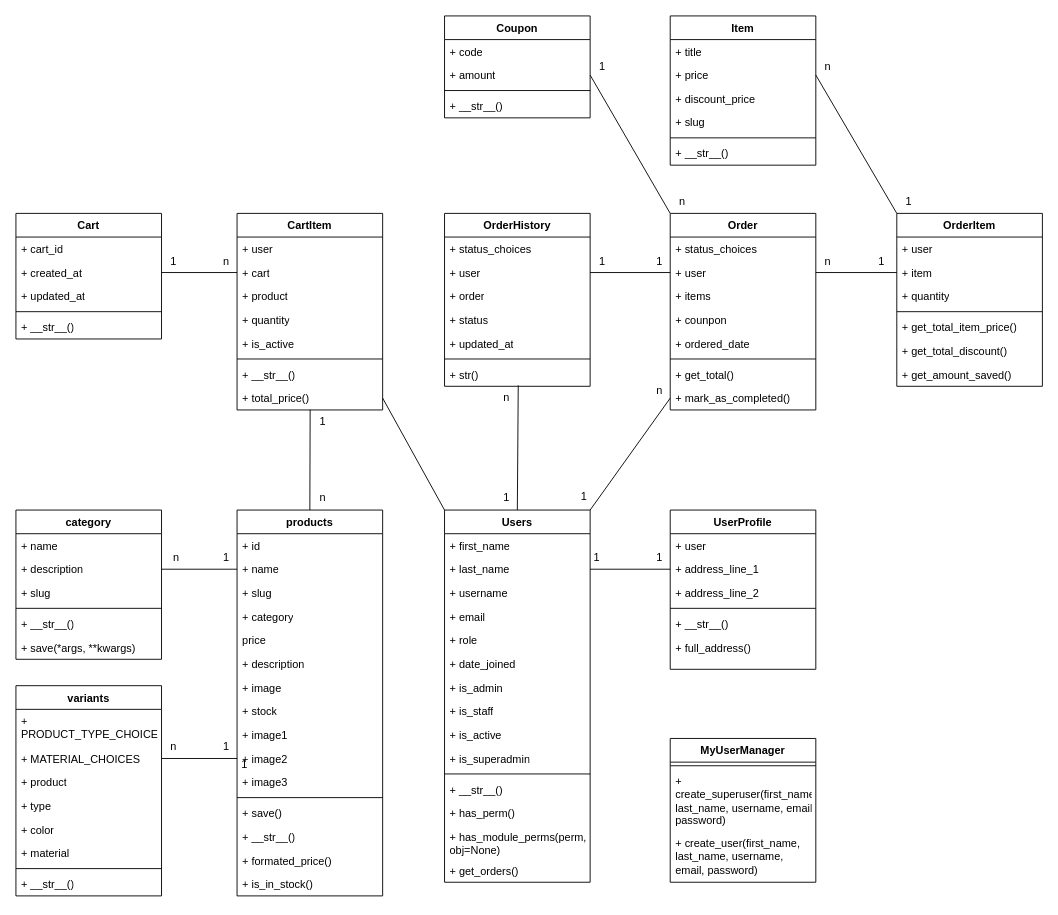
This is page "Page-2" (2 of 2) of zzz.drawio from ippapi/new_code, a draw.io file, before an edit. Source tidied: cells renumbered, new cells numbered last; positions are measured from the earlier drawing's top-left corner, leaving out a move shared by most shapes. Both pictures are drawn from the tidied source at 91%, with x=0, y=0 at pixel (15, 15).
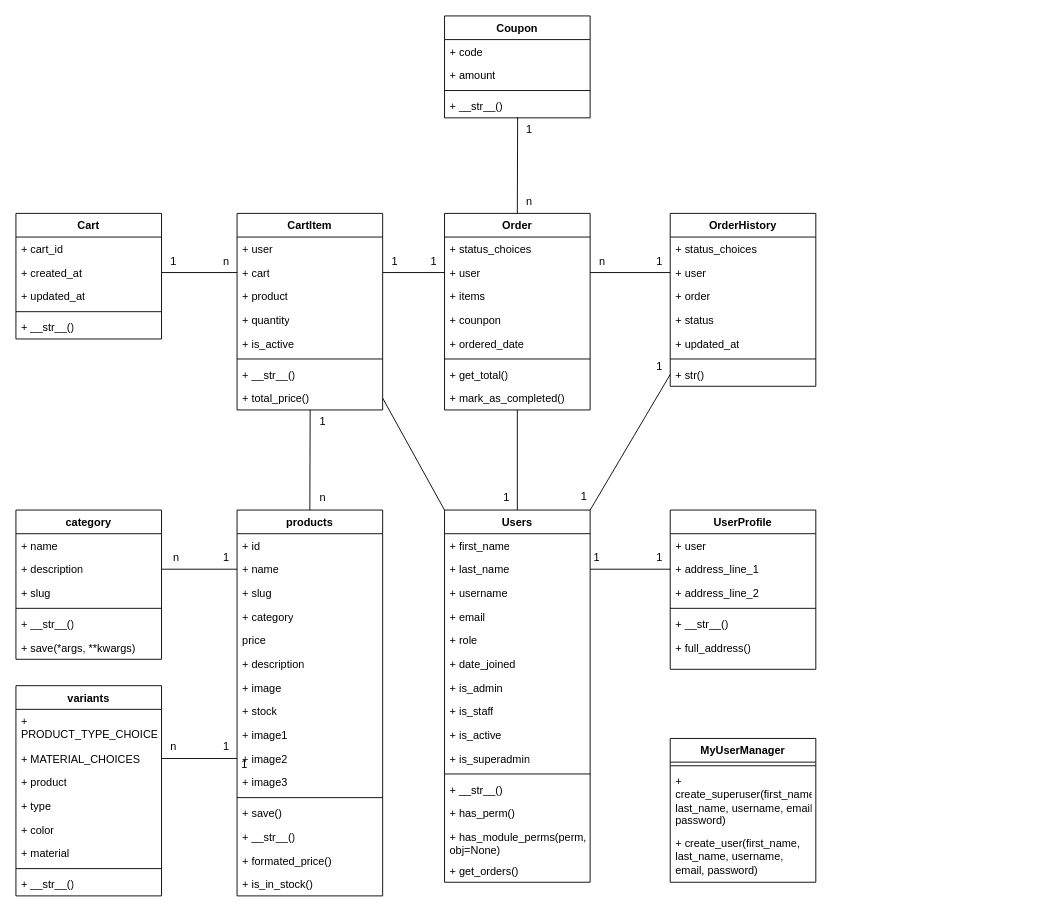
Above is the later version.

Unchanged cells that the change refers to:
```xml
<mxCell id="10" value="+ user" style="text;strokeColor=none;fillColor=none;align=left;verticalAlign=top;spacingLeft=4;spacingRight=4;overflow=hidden;points=[[0,0.5],[1,0.5]];portConstraint=eastwest;whiteSpace=wrap;html=1;" parent="8" vertex="1">
  <mxGeometry y="52" width="160" height="26" as="geometry" />
</mxCell>
<mxCell id="16" value="+ mark_as_completed()" style="text;strokeColor=none;fillColor=none;align=left;verticalAlign=top;spacingLeft=4;spacingRight=4;overflow=hidden;points=[[0,0.5],[1,0.5]];portConstraint=eastwest;whiteSpace=wrap;html=1;" parent="8" vertex="1">
  <mxGeometry y="190" width="160" height="26" as="geometry" />
</mxCell>
<mxCell id="17" value="Users" style="swimlane;fontStyle=1;align=center;verticalAlign=top;horizontal=1;startSize=26;whiteSpace=wrap;html=1;" parent="1" vertex="1">
  <mxGeometry x="471" y="543" width="160" height="409" as="geometry" />
</mxCell>
<mxCell id="104" value="+ user" style="text;strokeColor=none;fillColor=none;align=left;verticalAlign=top;spacingLeft=4;spacingRight=4;overflow=hidden;points=[[0,0.5],[1,0.5]];portConstraint=eastwest;whiteSpace=wrap;html=1;" parent="102" vertex="1">
  <mxGeometry y="52" width="160" height="26" as="geometry" />
</mxCell>
<mxCell id="109" value="+ str()" style="text;strokeColor=none;fillColor=none;align=left;verticalAlign=top;spacingLeft=4;spacingRight=4;overflow=hidden;points=[[0,0.5],[1,0.5]];portConstraint=eastwest;whiteSpace=wrap;html=1;" parent="102" vertex="1">
  <mxGeometry y="164" width="160" height="26" as="geometry" />
</mxCell>
<mxCell id="112" value="+ amount" style="text;strokeColor=none;fillColor=none;align=left;verticalAlign=top;spacingLeft=4;spacingRight=4;overflow=hidden;points=[[0,0.5],[1,0.5]];portConstraint=eastwest;whiteSpace=wrap;html=1;" parent="110" vertex="1">
  <mxGeometry y="52" width="160" height="26" as="geometry" />
</mxCell>
<mxCell id="114" value="+ __str__()" style="text;strokeColor=none;fillColor=none;align=left;verticalAlign=top;spacingLeft=4;spacingRight=4;overflow=hidden;points=[[0,0.5],[1,0.5]];portConstraint=eastwest;whiteSpace=wrap;html=1;" parent="110" vertex="1">
  <mxGeometry y="86" width="160" height="26" as="geometry" />
</mxCell>
<mxCell id="135" value="+ cart" style="text;strokeColor=none;fillColor=none;align=left;verticalAlign=top;spacingLeft=4;spacingRight=4;overflow=hidden;points=[[0,0.5],[1,0.5]];portConstraint=eastwest;whiteSpace=wrap;html=1;" parent="133" vertex="1">
  <mxGeometry y="52" width="160" height="26" as="geometry" />
</mxCell>
```

Diff of the diagram source:
```diff
@@
     <mxCell id="8" value="Order" style="swimlane;fontStyle=1;align=center;verticalAlign=top;horizontal=1;startSize=26;whiteSpace=wrap;html=1;" parent="1" vertex="1">
-      <mxGeometry x="719" y="217" width="160" height="216" as="geometry" />
+      <mxGeometry x="471" y="217" width="160" height="216" as="geometry" />
     </mxCell>
@@
-    <mxCell id="87" value="Item" style="swimlane;fontStyle=1;align=center;verticalAlign=top;horizontal=1;startSize=26;whiteSpace=wrap;html=1;" parent="1" vertex="1">
-      <mxGeometry x="719" width="160" height="164" as="geometry" />
-    </mxCell>
-    <mxCell id="88" value="+ title" style="text;strokeColor=none;fillColor=none;align=left;verticalAlign=top;spacingLeft=4;spacingRight=4;overflow=hidden;whiteSpace=wrap;html=1;" parent="87" vertex="1">
-      <mxGeometry y="26" width="160" height="26" as="geometry" />
-    </mxCell>
-    <mxCell id="89" value="+ price" style="text;strokeColor=none;fillColor=none;align=left;verticalAlign=top;spacingLeft=4;spacingRight=4;overflow=hidden;points=[[0,0.5],[1,0.5]];portConstraint=eastwest;whiteSpace=wrap;html=1;" parent="87" vertex="1">
-      <mxGeometry y="52" width="160" height="26" as="geometry" />
-    </mxCell>
-    <mxCell id="90" value="+ discount_price" style="text;strokeColor=none;fillColor=none;align=left;verticalAlign=top;spacingLeft=4;spacingRight=4;overflow=hidden;whiteSpace=wrap;html=1;" parent="87" vertex="1">
-      <mxGeometry y="78" width="160" height="26" as="geometry" />
-    </mxCell>
-    <mxCell id="91" value="+ slug" style="text;strokeColor=none;fillColor=none;align=left;verticalAlign=top;spacingLeft=4;spacingRight=4;overflow=hidden;whiteSpace=wrap;html=1;" parent="87" vertex="1">
-      <mxGeometry y="104" width="160" height="26" as="geometry" />
-    </mxCell>
-    <mxCell id="92" style="line;strokeWidth=1;fillColor=none;align=left;verticalAlign=middle;spacingTop=-1;spacingLeft=3;spacingRight=3;labelPosition=right;strokeColor=inherit;" parent="87" vertex="1">
-      <mxGeometry y="130" width="160" height="8" as="geometry" />
-    </mxCell>
-    <mxCell id="93" value="+ __str__()" style="text;strokeColor=none;fillColor=none;align=left;verticalAlign=top;spacingLeft=4;spacingRight=4;overflow=hidden;whiteSpace=wrap;html=1;" parent="87" vertex="1">
-      <mxGeometry y="138" width="160" height="26" as="geometry" />
-    </mxCell>
-    <mxCell id="94" value="OrderItem" style="swimlane;fontStyle=1;align=center;verticalAlign=top;horizontal=1;startSize=26;whiteSpace=wrap;html=1;" parent="1" vertex="1">
-      <mxGeometry x="968" y="217" width="160" height="190" as="geometry" />
-    </mxCell>
-    <mxCell id="95" value="+ user" style="text;strokeColor=none;fillColor=none;align=left;verticalAlign=top;spacingLeft=4;spacingRight=4;overflow=hidden;whiteSpace=wrap;html=1;" parent="94" vertex="1">
-      <mxGeometry y="26" width="160" height="26" as="geometry" />
-    </mxCell>
-    <mxCell id="96" value="+ item" style="text;strokeColor=none;fillColor=none;align=left;verticalAlign=top;spacingLeft=4;spacingRight=4;overflow=hidden;points=[[0,0.5],[1,0.5]];portConstraint=eastwest;whiteSpace=wrap;html=1;" parent="94" vertex="1">
-      <mxGeometry y="52" width="160" height="26" as="geometry" />
-    </mxCell>
-    <mxCell id="97" value="+ quantity" style="text;strokeColor=none;fillColor=none;align=left;verticalAlign=top;spacingLeft=4;spacingRight=4;overflow=hidden;whiteSpace=wrap;html=1;" parent="94" vertex="1">
-      <mxGeometry y="78" width="160" height="26" as="geometry" />
-    </mxCell>
-    <mxCell id="98" style="line;strokeWidth=1;fillColor=none;align=left;verticalAlign=middle;spacingTop=-1;spacingLeft=3;spacingRight=3;labelPosition=right;strokeColor=inherit;" parent="94" vertex="1">
-      <mxGeometry y="104" width="160" height="8" as="geometry" />
-    </mxCell>
-    <mxCell id="99" value="+ get_total_item_price()" style="text;strokeColor=none;fillColor=none;align=left;verticalAlign=top;spacingLeft=4;spacingRight=4;overflow=hidden;whiteSpace=wrap;html=1;" parent="94" vertex="1">
-      <mxGeometry y="112" width="160" height="26" as="geometry" />
-    </mxCell>
-    <mxCell id="100" value="+&amp;nbsp;get_total_discount()" style="text;strokeColor=none;fillColor=none;align=left;verticalAlign=top;spacingLeft=4;spacingRight=4;overflow=hidden;whiteSpace=wrap;html=1;" parent="94" vertex="1">
-      <mxGeometry y="138" width="160" height="26" as="geometry" />
-    </mxCell>
-    <mxCell id="101" value="+ get_amount_saved()" style="text;strokeColor=none;fillColor=none;align=left;verticalAlign=top;spacingLeft=4;spacingRight=4;overflow=hidden;whiteSpace=wrap;html=1;" parent="94" vertex="1">
-      <mxGeometry y="164" width="160" height="26" as="geometry" />
-    </mxCell>
     <mxCell id="102" value="OrderHistory" style="swimlane;fontStyle=1;align=center;verticalAlign=top;horizontal=1;startSize=26;whiteSpace=wrap;html=1;" parent="1" vertex="1">
-      <mxGeometry x="471" y="217" width="160" height="190" as="geometry" />
+      <mxGeometry x="719" y="217" width="160" height="190" as="geometry" />
     </mxCell>
@@
-    <mxCell id="115" style="endArrow=none;html=1;rounded=0;entryX=1;entryY=0;entryDx=0;entryDy=0;exitX=0;exitY=0.5;exitDx=0;exitDy=0;" parent="1" edge="1" source="16" target="17">
+    <mxCell id="115" style="endArrow=none;html=1;rounded=0;entryX=1;entryY=0;entryDx=0;entryDy=0;exitX=0;exitY=0.5;exitDx=0;exitDy=0;" parent="1" edge="1" source="109" target="17">
       <mxGeometry relative="1" as="geometry" />
     </mxCell>
@@
-    <mxCell id="117" value="n" style="text;html=1;align=center;verticalAlign=middle;strokeColor=none;fillColor=none;" parent="1" vertex="1">
-      <mxGeometry x="694" y="399" width="25" height="26" as="geometry" />
+    <mxCell id="117" value="1" style="text;html=1;align=center;verticalAlign=middle;strokeColor=none;fillColor=none;" parent="1" vertex="1">
+      <mxGeometry x="694" y="373" width="25" height="26" as="geometry" />
     </mxCell>
-    <mxCell id="118" style="endArrow=none;html=1;rounded=0;entryX=0.5;entryY=0;entryDx=0;entryDy=0;" parent="1" edge="1" target="17">
-      <mxGeometry relative="1" as="geometry">
-        <mxPoint x="552" y="406" as="sourcePoint" />
-      </mxGeometry>
+    <mxCell id="118" style="endArrow=none;html=1;rounded=0;entryX=0.5;entryY=0;entryDx=0;entryDy=0;exitX=0.5;exitY=1;exitDx=0;exitDy=0;" parent="1" edge="1" source="8" target="17">
+      <mxGeometry relative="1" as="geometry" />
     </mxCell>
@@
-    <mxCell id="120" value="n" style="text;html=1;align=center;verticalAlign=middle;strokeColor=none;fillColor=none;" parent="1" vertex="1">
-      <mxGeometry x="526" y="407" width="25" height="26" as="geometry" />
-    </mxCell>
-    <mxCell id="121" style="endArrow=none;html=1;rounded=0;entryX=0;entryY=0.5;entryDx=0;entryDy=0;exitX=1;exitY=0.5;exitDx=0;exitDy=0;" parent="1" edge="1" source="104" target="10">
-      <mxGeometry relative="1" as="geometry" />
-    </mxCell>
-    <mxCell id="122" value="1" style="text;html=1;align=center;verticalAlign=middle;strokeColor=none;fillColor=none;" parent="1" vertex="1">
+    <mxCell id="122" value="n" style="text;html=1;align=center;verticalAlign=middle;strokeColor=none;fillColor=none;" parent="1" vertex="1">
       <mxGeometry x="631" y="257" width="25" height="26" as="geometry" />
     </mxCell>
@@
-    <mxCell id="124" value="n" style="text;html=1;align=center;verticalAlign=middle;strokeColor=none;fillColor=none;" parent="1" vertex="1">
-      <mxGeometry x="879" y="257" width="25" height="26" as="geometry" />
-    </mxCell>
-    <mxCell id="125" value="1" style="text;html=1;align=center;verticalAlign=middle;strokeColor=none;fillColor=none;" parent="1" vertex="1">
-      <mxGeometry x="938" y="257" width="25" height="26" as="geometry" />
-    </mxCell>
-    <mxCell id="126" style="endArrow=none;html=1;rounded=0;entryX=0;entryY=0.5;entryDx=0;entryDy=0;exitX=1;exitY=0.5;exitDx=0;exitDy=0;" parent="1" edge="1" source="10" target="96">
-      <mxGeometry relative="1" as="geometry" />
-    </mxCell>
-    <mxCell id="127" style="endArrow=none;html=1;rounded=0;entryX=0;entryY=0;entryDx=0;entryDy=0;exitX=1;exitY=0.5;exitDx=0;exitDy=0;" parent="1" edge="1" source="89" target="94">
-      <mxGeometry relative="1" as="geometry" />
-    </mxCell>
-    <mxCell id="128" value="1" style="text;html=1;align=center;verticalAlign=middle;strokeColor=none;fillColor=none;" parent="1" vertex="1">
-      <mxGeometry x="968" y="191" width="25" height="26" as="geometry" />
-    </mxCell>
-    <mxCell id="129" value="n" style="text;html=1;align=center;verticalAlign=middle;strokeColor=none;fillColor=none;" parent="1" vertex="1">
-      <mxGeometry x="879" y="43" width="25" height="26" as="geometry" />
-    </mxCell>
-    <mxCell id="130" style="endArrow=none;html=1;rounded=0;entryX=0;entryY=0;entryDx=0;entryDy=0;exitX=1;exitY=0.5;exitDx=0;exitDy=0;" parent="1" edge="1" source="112" target="8">
+    <mxCell id="130" style="endArrow=none;html=1;rounded=0;entryX=0.5;entryY=0;entryDx=0;entryDy=0;exitX=0.502;exitY=0.976;exitDx=0;exitDy=0;exitPerimeter=0;" parent="1" edge="1" source="114" target="8">
       <mxGeometry relative="1" as="geometry" />
     </mxCell>
-    <mxCell id="131" value="1" style="text;html=1;align=center;verticalAlign=middle;strokeColor=none;fillColor=none;" parent="1" vertex="1">
-      <mxGeometry x="631" y="43" width="25" height="26" as="geometry" />
+    <mxCell id="131" value="n" style="text;html=1;align=center;verticalAlign=middle;strokeColor=none;fillColor=none;" parent="1" vertex="1">
+      <mxGeometry x="551" y="191" width="25" height="26" as="geometry" />
     </mxCell>
-    <mxCell id="132" value="n" style="text;html=1;align=center;verticalAlign=middle;strokeColor=none;fillColor=none;" parent="1" vertex="1">
-      <mxGeometry x="719" y="191" width="25" height="26" as="geometry" />
-    </mxCell>
@@
+    <mxCell id="149" value="1" style="text;html=1;align=center;verticalAlign=middle;strokeColor=none;fillColor=none;" parent="1" vertex="1">
+      <mxGeometry x="551" y="112" width="25" height="26" as="geometry" />
+    </mxCell>
+    <mxCell id="121" style="endArrow=none;html=1;rounded=0;exitX=0;exitY=0.5;exitDx=0;exitDy=0;entryX=1;entryY=0.5;entryDx=0;entryDy=0;" parent="1" edge="1" source="104" target="10">
+      <mxGeometry relative="1" as="geometry" />
+    </mxCell>
+    <mxCell id="150" style="endArrow=none;html=1;rounded=0;exitX=0;exitY=0.5;exitDx=0;exitDy=0;entryX=1;entryY=0.5;entryDx=0;entryDy=0;" parent="1" edge="1" source="10" target="135">
+      <mxGeometry relative="1" as="geometry" />
+    </mxCell>
+    <mxCell id="151" value="1" style="text;html=1;align=center;verticalAlign=middle;strokeColor=none;fillColor=none;" parent="1" vertex="1">
+      <mxGeometry x="403" y="257" width="25" height="26" as="geometry" />
+    </mxCell>
+    <mxCell id="152" value="1" style="text;html=1;align=center;verticalAlign=middle;strokeColor=none;fillColor=none;" parent="1" vertex="1">
+      <mxGeometry x="446" y="257" width="25" height="26" as="geometry" />
+    </mxCell>
```
